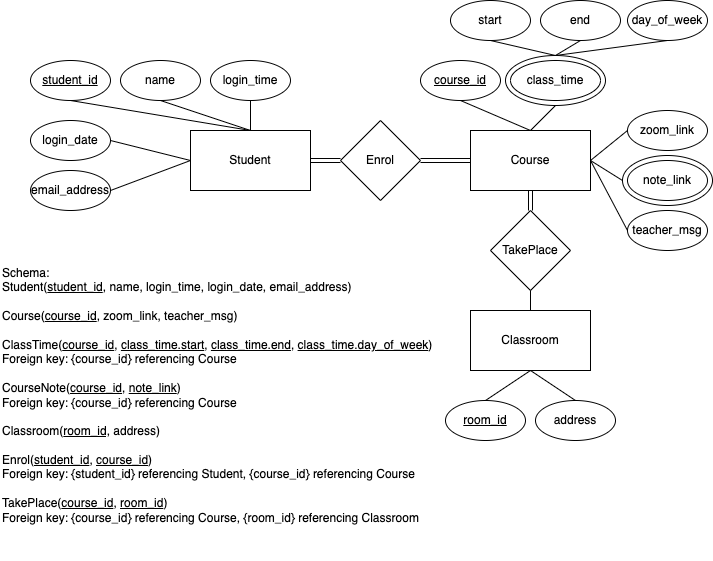
Earlier version of the draw.io export Login.drawio.png (BaseballShar/Timetable-Management-System). Source tidied: cells renumbered, new cells last; positions are measured from the earlier drawing's top-left corner, leaving out a move shared by most shapes. The source it was exported from:
```xml
<mxGraphModel>
  <root>
    <mxCell id="0" />
    <mxCell id="1" parent="0" />
    <mxCell id="2" value="Student" style="rounded=0;whiteSpace=wrap;html=1;" parent="1" vertex="1">
      <mxGeometry x="190" y="130" width="120" height="60" as="geometry" />
    </mxCell>
    <mxCell id="3" value="Course" style="rounded=0;whiteSpace=wrap;html=1;" parent="1" vertex="1">
      <mxGeometry x="470" y="130" width="120" height="60" as="geometry" />
    </mxCell>
    <mxCell id="4" value="Classroom" style="rounded=0;whiteSpace=wrap;html=1;" parent="1" vertex="1">
      <mxGeometry x="470" y="310" width="120" height="60" as="geometry" />
    </mxCell>
    <mxCell id="5" value="&lt;u&gt;student_id&lt;/u&gt;" style="ellipse;whiteSpace=wrap;html=1;" parent="1" vertex="1">
      <mxGeometry x="30" y="60" width="80" height="40" as="geometry" />
    </mxCell>
    <mxCell id="6" value="name" style="ellipse;whiteSpace=wrap;html=1;" parent="1" vertex="1">
      <mxGeometry x="120" y="60" width="80" height="40" as="geometry" />
    </mxCell>
    <mxCell id="7" value="email_address" style="ellipse;whiteSpace=wrap;html=1;" parent="1" vertex="1">
      <mxGeometry x="30" y="170" width="80" height="40" as="geometry" />
    </mxCell>
    <mxCell id="8" value="login_date" style="ellipse;whiteSpace=wrap;html=1;" parent="1" vertex="1">
      <mxGeometry x="30" y="120" width="80" height="40" as="geometry" />
    </mxCell>
    <mxCell id="9" value="login_time" style="ellipse;whiteSpace=wrap;html=1;" parent="1" vertex="1">
      <mxGeometry x="210" y="60" width="80" height="40" as="geometry" />
    </mxCell>
    <mxCell id="10" style="endArrow=none;html=1;rounded=0;entryX=1;entryY=0.5;entryDx=0;entryDy=0;exitX=0;exitY=0.5;exitDx=0;exitDy=0;" parent="1" edge="1" source="2" target="7">
      <mxGeometry relative="1" as="geometry" />
    </mxCell>
    <mxCell id="11" style="endArrow=none;html=1;rounded=0;entryX=1;entryY=0.5;entryDx=0;entryDy=0;exitX=0;exitY=0.5;exitDx=0;exitDy=0;" parent="1" edge="1" source="2" target="8">
      <mxGeometry relative="1" as="geometry" />
    </mxCell>
    <mxCell id="12" style="endArrow=none;html=1;rounded=0;entryX=0.5;entryY=0;entryDx=0;entryDy=0;exitX=0.5;exitY=1;exitDx=0;exitDy=0;" parent="1" edge="1" source="9" target="2">
      <mxGeometry relative="1" as="geometry" />
    </mxCell>
    <mxCell id="13" style="endArrow=none;html=1;rounded=0;entryX=0.5;entryY=1;entryDx=0;entryDy=0;exitX=0.5;exitY=0;exitDx=0;exitDy=0;" parent="1" edge="1" source="2" target="6">
      <mxGeometry relative="1" as="geometry" />
    </mxCell>
    <mxCell id="14" style="endArrow=none;html=1;rounded=0;entryX=0.5;entryY=1;entryDx=0;entryDy=0;exitX=0.5;exitY=0;exitDx=0;exitDy=0;" parent="1" edge="1" source="2" target="5">
      <mxGeometry relative="1" as="geometry" />
    </mxCell>
    <mxCell id="15" value="end" style="ellipse;whiteSpace=wrap;html=1;" parent="1" vertex="1">
      <mxGeometry x="540" width="80" height="40" as="geometry" />
    </mxCell>
    <mxCell id="16" value="start" style="ellipse;whiteSpace=wrap;html=1;" parent="1" vertex="1">
      <mxGeometry x="450" width="80" height="40" as="geometry" />
    </mxCell>
    <mxCell id="17" value="day_of_week" style="ellipse;whiteSpace=wrap;html=1;" parent="1" vertex="1">
      <mxGeometry x="627" width="80" height="40" as="geometry" />
    </mxCell>
    <mxCell id="18" value="course_id" style="ellipse;whiteSpace=wrap;html=1;fontStyle=4;" parent="1" vertex="1">
      <mxGeometry x="420" y="60" width="80" height="40" as="geometry" />
    </mxCell>
    <mxCell id="19" value="zoom_link" style="ellipse;whiteSpace=wrap;html=1;" parent="1" vertex="1">
      <mxGeometry x="627" y="110" width="80" height="40" as="geometry" />
    </mxCell>
    <mxCell id="20" value="teacher_msg" style="ellipse;whiteSpace=wrap;html=1;" parent="1" vertex="1">
      <mxGeometry x="627" y="210" width="80" height="40" as="geometry" />
    </mxCell>
    <mxCell id="21" style="endArrow=none;html=1;rounded=0;entryX=0.5;entryY=1;entryDx=0;entryDy=0;startArrow=none;exitX=0.5;exitY=0;exitDx=0;exitDy=0;" parent="1" edge="1" source="34" target="15">
      <mxGeometry relative="1" as="geometry" />
    </mxCell>
    <mxCell id="22" style="endArrow=none;html=1;rounded=0;entryX=0.5;entryY=1;entryDx=0;entryDy=0;exitX=0.5;exitY=0;exitDx=0;exitDy=0;" parent="1" edge="1" source="34" target="16">
      <mxGeometry relative="1" as="geometry" />
    </mxCell>
    <mxCell id="23" style="endArrow=none;html=1;rounded=0;entryX=0.5;entryY=1;entryDx=0;entryDy=0;exitX=0.5;exitY=0;exitDx=0;exitDy=0;" parent="1" edge="1" source="3" target="18">
      <mxGeometry relative="1" as="geometry" />
    </mxCell>
    <mxCell id="24" style="endArrow=none;html=1;rounded=0;entryX=0;entryY=0.5;entryDx=0;entryDy=0;exitX=1;exitY=0.5;exitDx=0;exitDy=0;" parent="1" edge="1" source="3" target="20">
      <mxGeometry relative="1" as="geometry" />
    </mxCell>
    <mxCell id="25" style="endArrow=none;html=1;rounded=0;exitX=1;exitY=0.5;exitDx=0;exitDy=0;entryX=0;entryY=0.5;entryDx=0;entryDy=0;" parent="1" edge="1" source="3" target="37">
      <mxGeometry relative="1" as="geometry" />
    </mxCell>
    <mxCell id="26" style="endArrow=none;html=1;rounded=0;entryX=0;entryY=0.5;entryDx=0;entryDy=0;exitX=1;exitY=0.5;exitDx=0;exitDy=0;" parent="1" edge="1" source="3" target="19">
      <mxGeometry relative="1" as="geometry" />
    </mxCell>
    <mxCell id="27" style="endArrow=none;html=1;rounded=0;entryX=0.5;entryY=1;entryDx=0;entryDy=0;exitX=0.5;exitY=0;exitDx=0;exitDy=0;" parent="1" edge="1" source="34" target="17">
      <mxGeometry relative="1" as="geometry" />
    </mxCell>
    <mxCell id="28" value="address" style="ellipse;whiteSpace=wrap;html=1;" parent="1" vertex="1">
      <mxGeometry x="535" y="400" width="80" height="40" as="geometry" />
    </mxCell>
    <mxCell id="29" value="&lt;u&gt;room_id&lt;/u&gt;" style="ellipse;whiteSpace=wrap;html=1;" parent="1" vertex="1">
      <mxGeometry x="445" y="400" width="80" height="40" as="geometry" />
    </mxCell>
    <mxCell id="30" style="endArrow=none;html=1;rounded=0;entryX=0.5;entryY=0;entryDx=0;entryDy=0;exitX=0.5;exitY=1;exitDx=0;exitDy=0;" parent="1" edge="1" source="4" target="28">
      <mxGeometry relative="1" as="geometry" />
    </mxCell>
    <mxCell id="31" style="endArrow=none;html=1;rounded=0;entryX=0.5;entryY=0;entryDx=0;entryDy=0;exitX=0.5;exitY=1;exitDx=0;exitDy=0;" parent="1" edge="1" source="4" target="29">
      <mxGeometry relative="1" as="geometry" />
    </mxCell>
    <mxCell id="32" style="endArrow=none;html=1;rounded=0;entryX=0.5;entryY=1;entryDx=0;entryDy=0;exitX=0.5;exitY=0;exitDx=0;exitDy=0;" parent="1" edge="1" source="3" target="34">
      <mxGeometry relative="1" as="geometry" />
    </mxCell>
    <mxCell id="33" style="group;" parent="1" vertex="1">
      <mxGeometry x="505" y="55" width="100" height="50" as="geometry" />
    </mxCell>
    <mxCell id="34" style="ellipse;whiteSpace=wrap;html=1;" parent="33" vertex="1">
      <mxGeometry width="100" height="50" as="geometry" />
    </mxCell>
    <mxCell id="35" value="class_time" style="ellipse;whiteSpace=wrap;html=1;" parent="33" vertex="1">
      <mxGeometry x="5" y="5" width="90" height="40" as="geometry" />
    </mxCell>
    <mxCell id="36" style="group;" parent="1" vertex="1">
      <mxGeometry x="622" y="155" width="90" height="50" as="geometry" />
    </mxCell>
    <mxCell id="37" style="ellipse;whiteSpace=wrap;html=1;" parent="36" vertex="1">
      <mxGeometry width="90" height="50" as="geometry" />
    </mxCell>
    <mxCell id="38" value="note_link" style="ellipse;whiteSpace=wrap;html=1;" parent="36" vertex="1">
      <mxGeometry x="5" y="5" width="80" height="40" as="geometry" />
    </mxCell>
    <mxCell id="39" value="Enrol" style="rhombus;whiteSpace=wrap;html=1;" parent="1" vertex="1">
      <mxGeometry x="340" y="120" width="80" height="80" as="geometry" />
    </mxCell>
    <mxCell id="40" style="endArrow=none;html=1;rounded=0;entryX=0;entryY=0.5;entryDx=0;entryDy=0;exitX=1;exitY=0.5;exitDx=0;exitDy=0;shape=link;" parent="1" edge="1" source="2" target="39">
      <mxGeometry relative="1" as="geometry" />
    </mxCell>
    <mxCell id="41" style="endArrow=none;html=1;rounded=0;shape=link;entryX=0;entryY=0.5;entryDx=0;entryDy=0;exitX=1;exitY=0.5;exitDx=0;exitDy=0;" parent="1" edge="1" source="39" target="3">
      <mxGeometry relative="1" as="geometry" />
    </mxCell>
    <mxCell id="42" value="TakePlace" style="rhombus;whiteSpace=wrap;html=1;" parent="1" vertex="1">
      <mxGeometry x="490" y="210" width="80" height="80" as="geometry" />
    </mxCell>
    <mxCell id="43" style="endArrow=none;html=1;rounded=0;shape=link;entryX=0.5;entryY=1;entryDx=0;entryDy=0;exitX=0.5;exitY=0;exitDx=0;exitDy=0;" parent="1" edge="1" source="42" target="3">
      <mxGeometry relative="1" as="geometry" />
    </mxCell>
    <mxCell id="44" style="endArrow=none;html=1;rounded=0;entryX=0.5;entryY=1;entryDx=0;entryDy=0;exitX=0.5;exitY=0;exitDx=0;exitDy=0;" parent="1" edge="1" source="4" target="42">
      <mxGeometry relative="1" as="geometry" />
    </mxCell>
    <mxCell id="45" value="Schema:&lt;br&gt;Student(&lt;u&gt;student_id&lt;/u&gt;, name, login_time, login_date, email_address)&lt;br&gt;&lt;br&gt;Course(&lt;u&gt;course_id&lt;/u&gt;, zoom_link, teacher_msg)&lt;br&gt;&lt;br&gt;ClassTime(&lt;u&gt;course_id&lt;/u&gt;, &lt;u&gt;class_time.start&lt;/u&gt;, &lt;u&gt;class_time.end&lt;/u&gt;, &lt;u&gt;class_time.day_of_week&lt;/u&gt;)&lt;br&gt;Foreign key: {course_id} referencing Course&lt;br&gt;&lt;br&gt;CourseNote(&lt;u&gt;course_id&lt;/u&gt;, &lt;u&gt;note_link&lt;/u&gt;)&lt;br&gt;Foreign key: {course_id} referencing Course&lt;br&gt;&lt;br&gt;Classroom(&lt;u&gt;room_id,&lt;/u&gt;&amp;nbsp;address)&lt;br&gt;&lt;br&gt;Enrol(&lt;u&gt;student_id&lt;/u&gt;, &lt;u&gt;course_id&lt;/u&gt;)&lt;br&gt;Foreign key: {student_id} referencing Student, {course_id} referencing Course&lt;br&gt;&lt;br&gt;TakePlace(&lt;u&gt;course_id&lt;/u&gt;, &lt;u&gt;room_id&lt;/u&gt;)&lt;br&gt;Foreign key: {course_id} referencing Course, {room_id} referencing Classroom" style="text;html=1;strokeColor=none;fillColor=none;align=left;verticalAlign=middle;whiteSpace=wrap;rounded=0;" parent="1" vertex="1">
      <mxGeometry y="230" width="442" height="330" as="geometry" />
    </mxCell>
  </root>
</mxGraphModel>
```
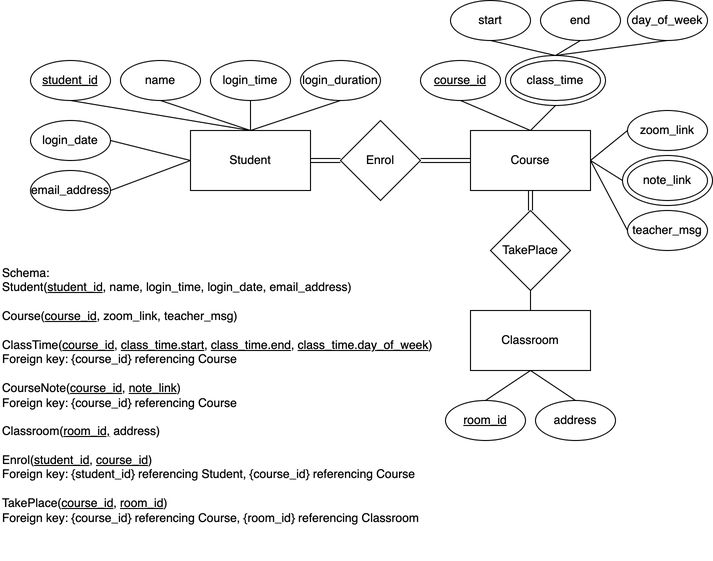
Above is the later version.

Change to the diagram source:
```diff
@@ -134,5 +134,11 @@
     <mxCell id="45" value="Schema:&lt;br&gt;Student(&lt;u&gt;student_id&lt;/u&gt;, name, login_time, login_date, email_address)&lt;br&gt;&lt;br&gt;Course(&lt;u&gt;course_id&lt;/u&gt;, zoom_link, teacher_msg)&lt;br&gt;&lt;br&gt;ClassTime(&lt;u&gt;course_id&lt;/u&gt;, &lt;u&gt;class_time.start&lt;/u&gt;, &lt;u&gt;class_time.end&lt;/u&gt;, &lt;u&gt;class_time.day_of_week&lt;/u&gt;)&lt;br&gt;Foreign key: {course_id} referencing Course&lt;br&gt;&lt;br&gt;CourseNote(&lt;u&gt;course_id&lt;/u&gt;, &lt;u&gt;note_link&lt;/u&gt;)&lt;br&gt;Foreign key: {course_id} referencing Course&lt;br&gt;&lt;br&gt;Classroom(&lt;u&gt;room_id,&lt;/u&gt;&amp;nbsp;address)&lt;br&gt;&lt;br&gt;Enrol(&lt;u&gt;student_id&lt;/u&gt;, &lt;u&gt;course_id&lt;/u&gt;)&lt;br&gt;Foreign key: {student_id} referencing Student, {course_id} referencing Course&lt;br&gt;&lt;br&gt;TakePlace(&lt;u&gt;course_id&lt;/u&gt;, &lt;u&gt;room_id&lt;/u&gt;)&lt;br&gt;Foreign key: {course_id} referencing Course, {room_id} referencing Classroom" style="text;html=1;strokeColor=none;fillColor=none;align=left;verticalAlign=middle;whiteSpace=wrap;rounded=0;" parent="1" vertex="1">
       <mxGeometry y="230" width="442" height="330" as="geometry" />
     </mxCell>
+    <mxCell id="46" value="login_duration" style="ellipse;whiteSpace=wrap;html=1;" parent="1" vertex="1">
+      <mxGeometry x="300" y="60" width="80" height="40" as="geometry" />
+    </mxCell>
+    <mxCell id="47" style="endArrow=none;html=1;rounded=0;entryX=0.5;entryY=0;entryDx=0;entryDy=0;exitX=0.5;exitY=1;exitDx=0;exitDy=0;" parent="1" edge="1" source="46" target="2">
+      <mxGeometry relative="1" as="geometry" />
+    </mxCell>
   </root>
 </mxGraphModel>
```
